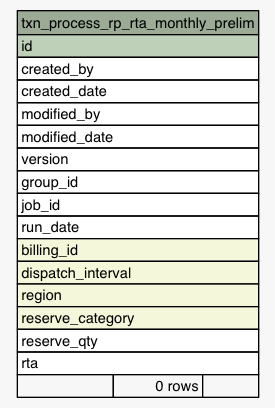
eyana-m/python-data-dictionary-writer keeps this Graphviz diagram as Data/settlement/diagrams/summary/txn_process_rp_rta_monthly_prelim.1degree.png. Above is the earlier version. Its source is kept beside it as Data/settlement/diagrams/summary/txn_process_rp_rta_monthly_prelim.1degree.dot. Source of this version:
```dot
digraph "txn_process_rp_rta_monthly_prelim" {
  graph [
    rankdir="RL"
    bgcolor="#f7f7f7"
    nodesep="0.18"
    ranksep="0.46"
    fontname="Helvetica"
    fontsize="11"
  ];
  node [
    fontname="Helvetica"
    fontsize="11"
    shape="plaintext"
  ];
  edge [
    arrowsize="0.8"
  ];
  "txn_process_rp_rta_monthly_prelim" [
    label=<
    <TABLE BORDER="0" CELLBORDER="1" CELLSPACING="0" BGCOLOR="#ffffff">
      <TR><TD COLSPAN="3" BGCOLOR="#9bab96" ALIGN="CENTER">txn_process_rp_rta_monthly_prelim</TD></TR>
      <TR><TD PORT="id" COLSPAN="3" BGCOLOR="#bed1b8" ALIGN="LEFT">id</TD></TR>
      <TR><TD PORT="created_by" COLSPAN="3" ALIGN="LEFT">created_by</TD></TR>
      <TR><TD PORT="created_date" COLSPAN="3" ALIGN="LEFT">created_date</TD></TR>
      <TR><TD PORT="modified_by" COLSPAN="3" ALIGN="LEFT">modified_by</TD></TR>
      <TR><TD PORT="modified_date" COLSPAN="3" ALIGN="LEFT">modified_date</TD></TR>
      <TR><TD PORT="version" COLSPAN="3" ALIGN="LEFT">version</TD></TR>
      <TR><TD PORT="group_id" COLSPAN="3" ALIGN="LEFT">group_id</TD></TR>
      <TR><TD PORT="job_id" COLSPAN="3" ALIGN="LEFT">job_id</TD></TR>
      <TR><TD PORT="run_date" COLSPAN="3" ALIGN="LEFT">run_date</TD></TR>
      <TR><TD PORT="billing_id" COLSPAN="3" BGCOLOR="#f4f7da" ALIGN="LEFT">billing_id</TD></TR>
      <TR><TD PORT="dispatch_interval" COLSPAN="3" BGCOLOR="#f4f7da" ALIGN="LEFT">dispatch_interval</TD></TR>
      <TR><TD PORT="region" COLSPAN="3" BGCOLOR="#f4f7da" ALIGN="LEFT">region</TD></TR>
      <TR><TD PORT="reserve_category" COLSPAN="3" BGCOLOR="#f4f7da" ALIGN="LEFT">reserve_category</TD></TR>
      <TR><TD PORT="reserve_qty" COLSPAN="3" ALIGN="LEFT">reserve_qty</TD></TR>
      <TR><TD PORT="rta" COLSPAN="3" ALIGN="LEFT">rta</TD></TR>
      <TR><TD ALIGN="LEFT" BGCOLOR="#f7f7f7">  </TD><TD ALIGN="RIGHT" BGCOLOR="#f7f7f7">0 rows</TD><TD ALIGN="RIGHT" BGCOLOR="#f7f7f7">  </TD></TR>
    </TABLE>>
    URL="tables/txn_process_rp_rta_monthly_prelim.html"
    tooltip="txn_process_rp_rta_monthly_prelim"
  ];
}
```
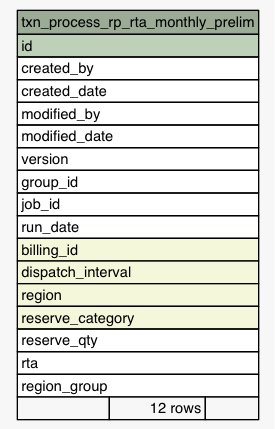
Later version of the same file.

Diff of the diagram source:
```diff
@@ -34,7 +34,8 @@
       <TR><TD PORT="reserve_category" COLSPAN="3" BGCOLOR="#f4f7da" ALIGN="LEFT">reserve_category</TD></TR>
       <TR><TD PORT="reserve_qty" COLSPAN="3" ALIGN="LEFT">reserve_qty</TD></TR>
       <TR><TD PORT="rta" COLSPAN="3" ALIGN="LEFT">rta</TD></TR>
-      <TR><TD ALIGN="LEFT" BGCOLOR="#f7f7f7">  </TD><TD ALIGN="RIGHT" BGCOLOR="#f7f7f7">0 rows</TD><TD ALIGN="RIGHT" BGCOLOR="#f7f7f7">  </TD></TR>
+      <TR><TD PORT="region_group" COLSPAN="3" ALIGN="LEFT">region_group</TD></TR>
+      <TR><TD ALIGN="LEFT" BGCOLOR="#f7f7f7">  </TD><TD ALIGN="RIGHT" BGCOLOR="#f7f7f7">12 rows</TD><TD ALIGN="RIGHT" BGCOLOR="#f7f7f7">  </TD></TR>
     </TABLE>>
     URL="tables/txn_process_rp_rta_monthly_prelim.html"
     tooltip="txn_process_rp_rta_monthly_prelim"
```
